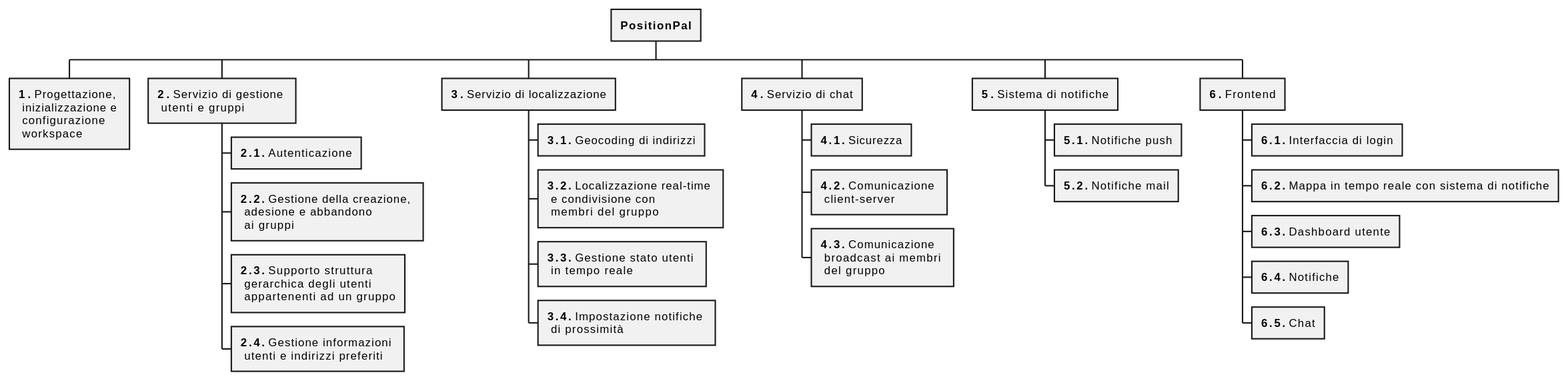
Above: res/rbs.svg in position-pal/PM-report (PlantUML), before the change.
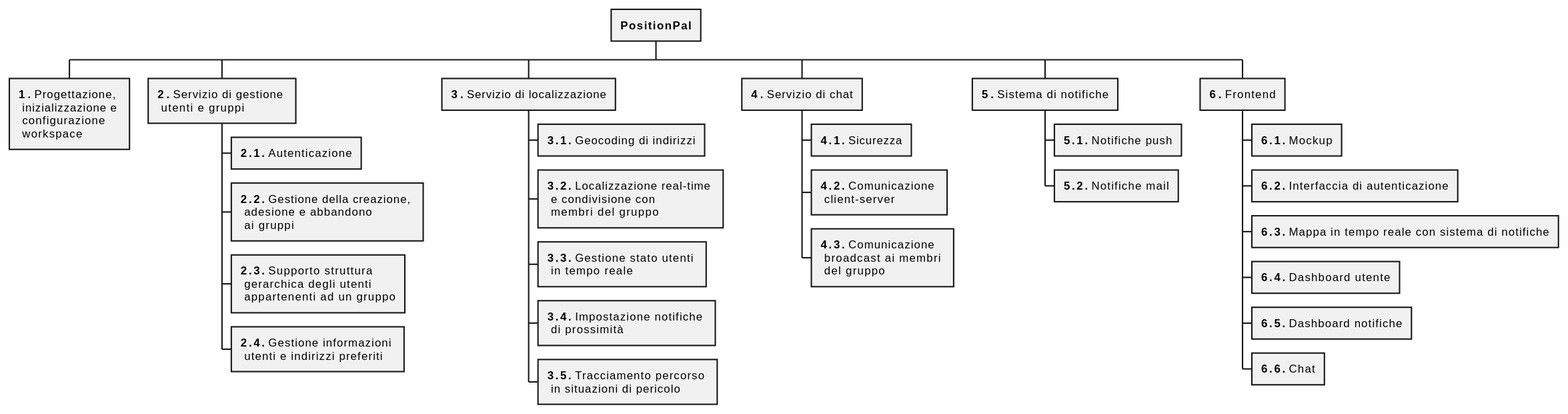
After the commit.

The edit, as a diff of the source:
```diff
@@ -15,6 +15,7 @@
 +++ **3.2.** Localizzazione real-time \n e condivisione con \n membri del gruppo
 +++ **3.3.** Gestione stato utenti \n in tempo reale
 +++ **3.4.** Impostazione notifiche \n di prossimità
++++ **3.5.** Tracciamento percorso \n in situazioni di pericolo
 
 ++ **4.** Servizio di chat
 +++ **4.1.** Sicurezza
@@ -26,10 +27,11 @@
 +++ **5.2.** Notifiche mail
 
 ++ **6.** Frontend
-+++ **6.1.** Interfaccia di login
-+++ **6.2.** Mappa in tempo reale con sistema di notifiche
-+++ **6.3.** Dashboard utente
-+++ **6.4.** Notifiche
-+++ **6.5.** Chat
++++ **6.1.** Mockup
++++ **6.2.** Interfaccia di autenticazione
++++ **6.3.** Mappa in tempo reale con sistema di notifiche
++++ **6.4.** Dashboard utente
++++ **6.5.** Dashboard notifiche
++++ **6.6.** Chat
 
 @endwbs
```
